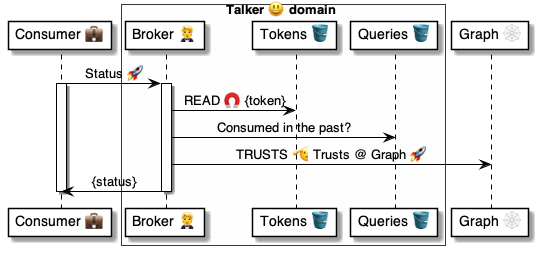
This is 4 ⚙️ Solution/20 🧑‍🦰 UI/Brokers 🤵/🤵📨 Broker msgs/Share 💼 Status 💼🚀🤵/🤵 Status ⚙️ uml.png from pollyweb-org/pollyweb-docs, a PlantUML export, as it was before one commit. Its source is kept beside it as 4 ⚙️ Solution/20 🧑‍🦰 UI/Brokers 🤵/🤵📨 Broker msgs/Share 💼 Status 💼🚀🤵/🤵 Status ⚙️ uml.puml.
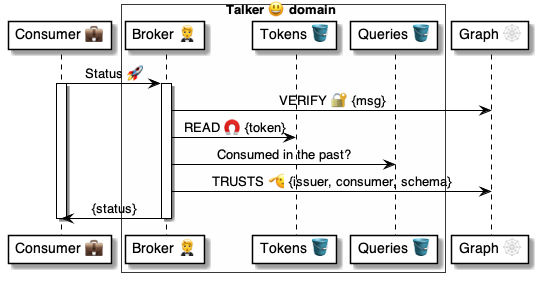
Later version of the same file.

What changed in the source:
```diff
@@ -16,9 +16,10 @@
 activate consumer
 
     activate broker
+        broker -> graph: VERIFY 🔐 {msg}
         broker -> tokens: READ 🧲 {token}
         broker -> queries: Consumed in the past?
-        broker -> graph: TRUSTS 🫡 Trusts @ Graph 🚀
+        broker -> graph: TRUSTS 🫡 {issuer, consumer, schema}
         broker -> consumer: {status}
     deactivate broker
 
```
